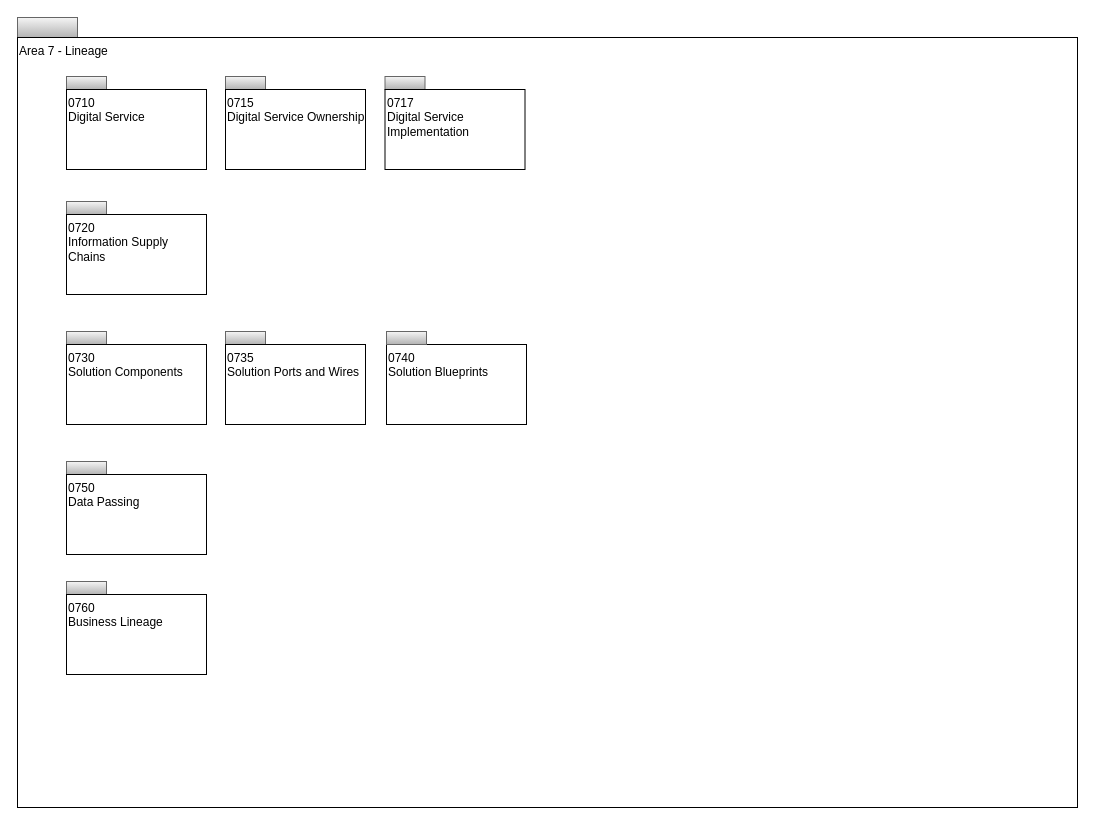
Earlier version of the draw.io diagram page "Overview" (1 of 11) of open-metadata-publication/website/open-metadata-types/area-7-lineage.drawio (odpi/egeria). Source tidied: cells renumbered, new cells numbered last; positions are measured from the earlier drawing's top-left corner, leaving out a move shared by most shapes. Both pictures are drawn from the tidied source at 100%, with x=0, y=0 at pixel (17, 17).
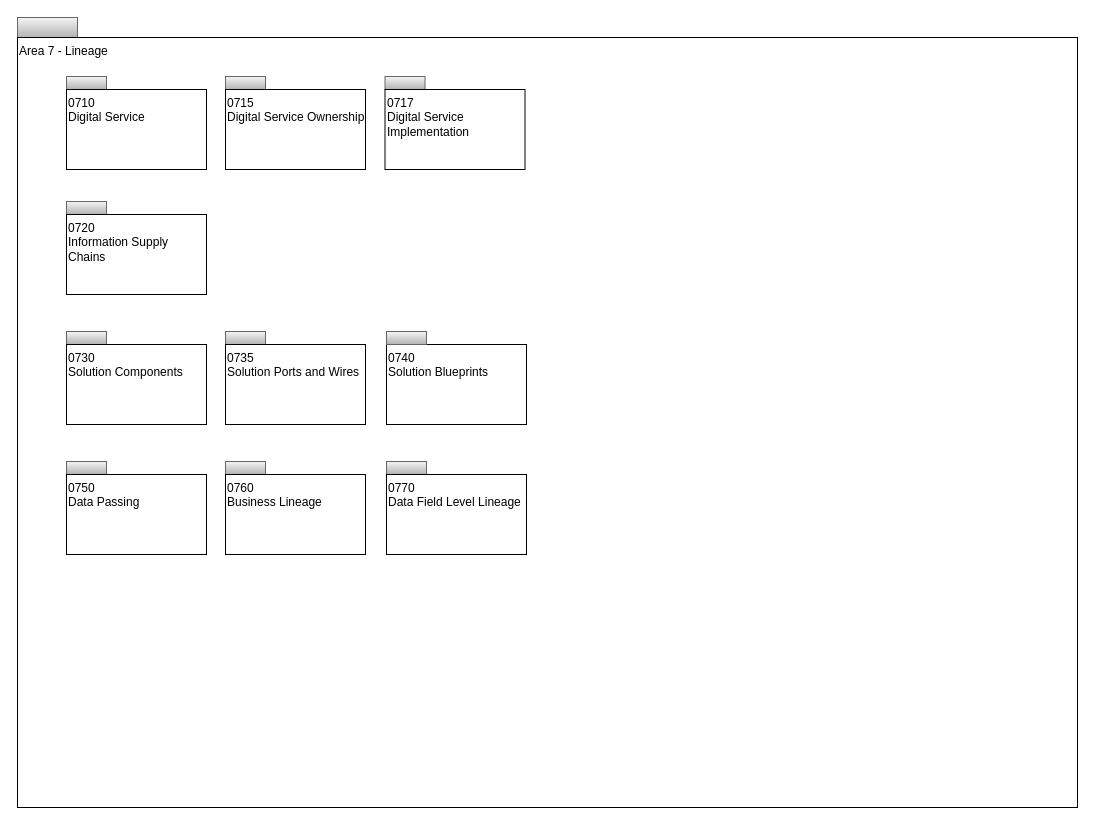
The same diagram, later.

The edit, as a diff of the source:
```diff
@@
     <mxCell id="20" style="rounded=0;whiteSpace=wrap;html=1;align=left;fillColor=#f5f5f5;strokeColor=#666666;gradientColor=#b3b3b3;" parent="1" vertex="1">
-      <mxGeometry x="49" y="564" width="40" height="13" as="geometry" />
+      <mxGeometry x="208" y="444" width="40" height="13" as="geometry" />
     </mxCell>
     <mxCell id="21" value="0760&lt;br&gt;Business Lineage" style="rounded=0;whiteSpace=wrap;html=1;align=left;verticalAlign=top;" parent="1" vertex="1">
-      <mxGeometry x="49" y="577" width="140" height="80" as="geometry" />
+      <mxGeometry x="208" y="457" width="140" height="80" as="geometry" />
     </mxCell>
+    <mxCell id="22" style="rounded=0;whiteSpace=wrap;html=1;align=left;fillColor=#f5f5f5;strokeColor=#666666;gradientColor=#b3b3b3;" parent="1" vertex="1">
+      <mxGeometry x="369" y="444" width="40" height="13" as="geometry" />
+    </mxCell>
+    <mxCell id="23" value="0770&lt;br&gt;Data Field Level Lineage" style="rounded=0;whiteSpace=wrap;html=1;align=left;verticalAlign=top;" parent="1" vertex="1">
+      <mxGeometry x="369" y="457" width="140" height="80" as="geometry" />
+    </mxCell>
```
